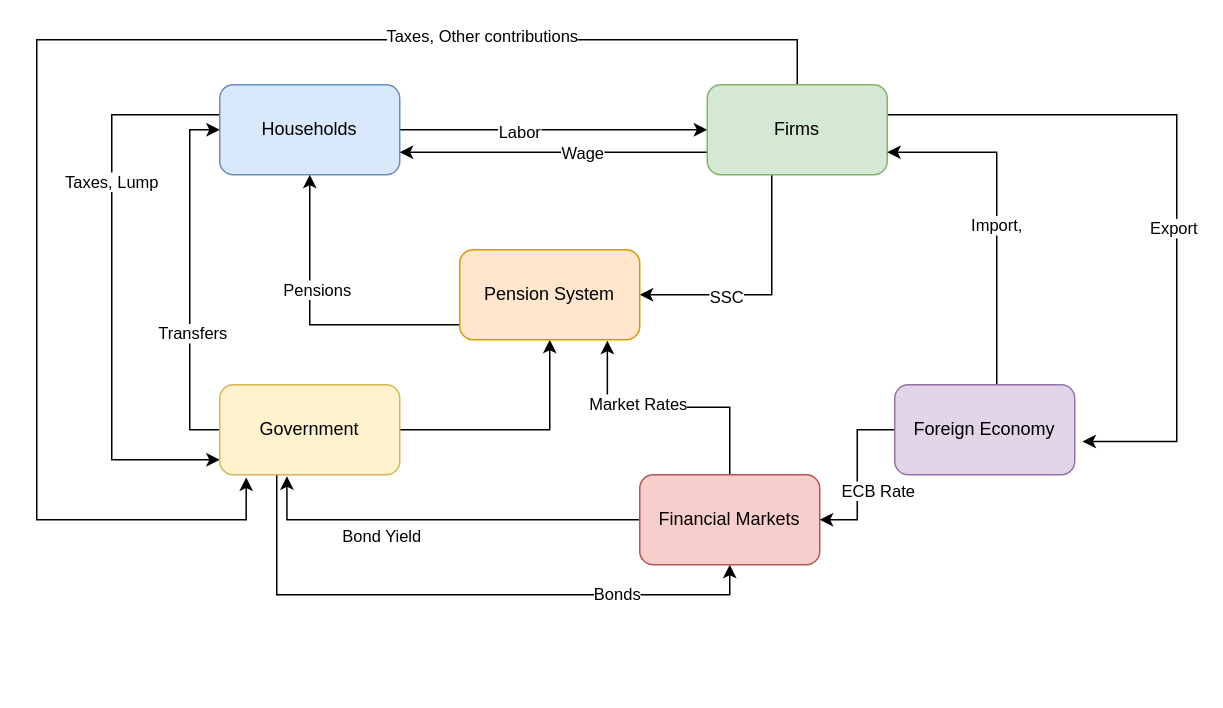
Before: ogre/zakladna_schema.drawio in zuzancek/schemes, a draw.io diagram. Source tidied: cells renumbered, new cells numbered last; positions are measured from the earlier drawing's top-left corner, leaving out a move shared by most shapes. Both pictures are drawn from the tidied source at 150%, with x=0, y=0 at pixel (36, 39).
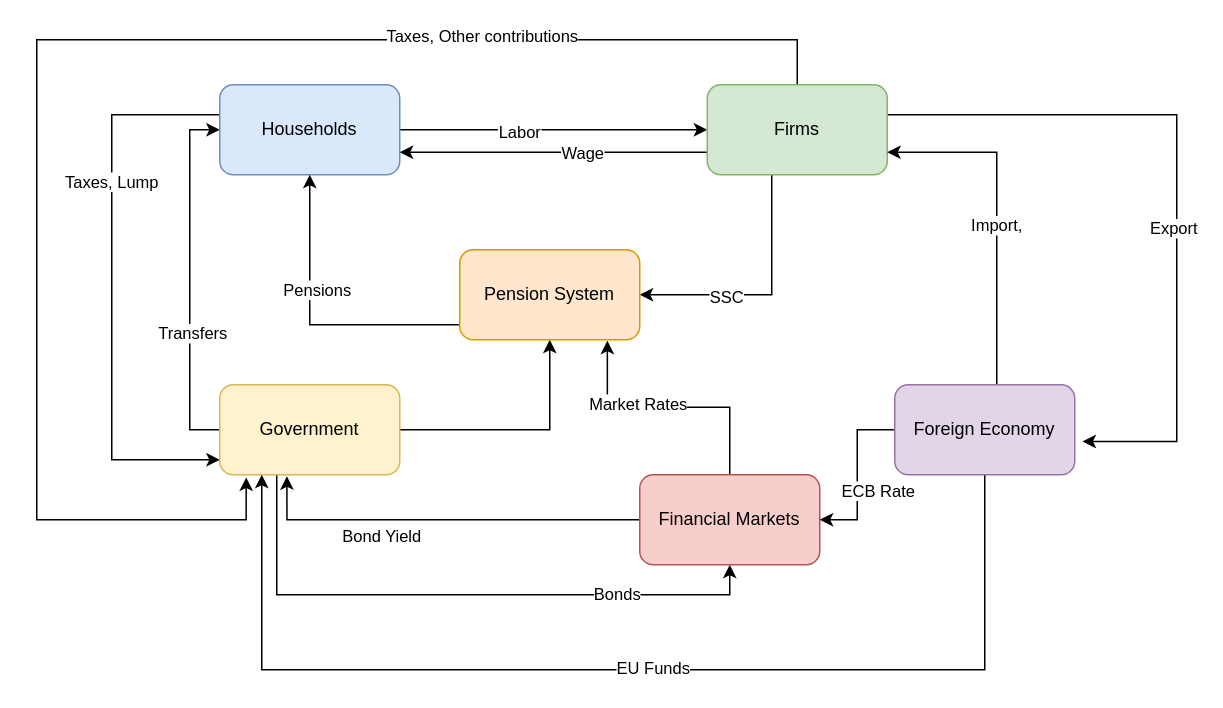
Above is the later version.

The change refers to these unchanged cells:
```xml
<mxCell id="21" value="Government" style="rounded=1;whiteSpace=wrap;html=1;fillColor=#fff2cc;strokeColor=#d6b656;" parent="1" vertex="1">
  <mxGeometry x="122" y="230" width="120" height="60" as="geometry" />
</mxCell>
<mxCell id="34" value="Foreign Economy" style="rounded=1;whiteSpace=wrap;html=1;fillColor=#e1d5e7;strokeColor=#9673a6;" parent="1" vertex="1">
  <mxGeometry x="572" y="230" width="120" height="60" as="geometry" />
</mxCell>
```

The edit, as a diff of the source:
```diff
@@
+    <mxCell id="35" style="edgeStyle=orthogonalEdgeStyle;rounded=0;jettySize=auto;html=1;" parent="1" edge="1" source="34" target="21">
+      <mxGeometry relative="1" as="geometry">
+        <Array as="points">
+          <mxPoint x="632" y="420" />
+          <mxPoint x="150" y="420" />
+        </Array>
+      </mxGeometry>
+    </mxCell>
+    <mxCell id="36" value="EU Funds" style="edgeLabel;html=1;align=center;verticalAlign=middle;" parent="35" vertex="1">
+      <mxGeometry x="-0.05" y="-2" relative="1" as="geometry" />
+    </mxCell>
```
